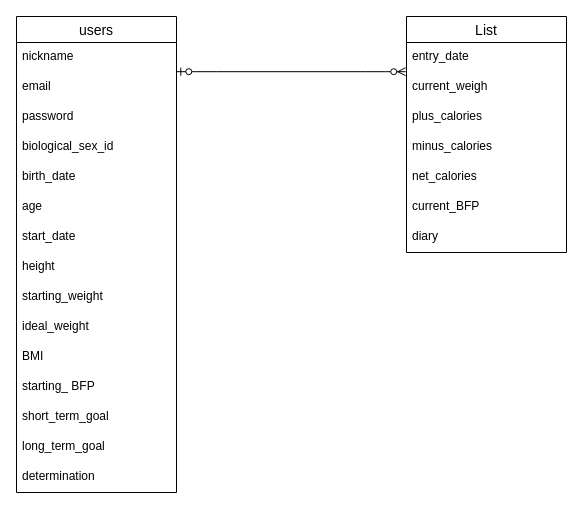
This is ER.dio from Shinnosuke1981/dietdiaries, a draw.io file, before an edit. Source tidied: cells renumbered, new cells numbered last; positions are measured from the earlier drawing's top-left corner, leaving out a move shared by most shapes. Both pictures are drawn from the tidied source at 100%, with x=0, y=0 at pixel (16, 16).
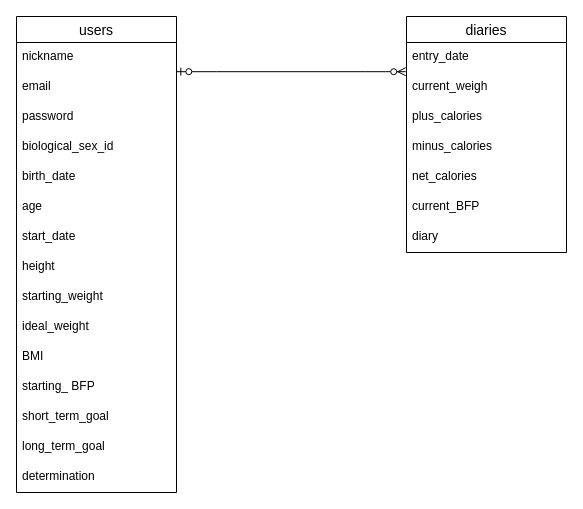
The same page after the edit.

Commit message:
デプロイ準備２

Change to the diagram source:
```diff
@@
-    <mxCell id="18" value="List" style="swimlane;fontStyle=0;horizontal=1;startSize=26;align=center;fontSize=14;" parent="1" vertex="1">
+    <mxCell id="18" value="diaries" style="swimlane;fontStyle=0;horizontal=1;startSize=26;align=center;fontSize=14;" parent="1" vertex="1">
       <mxGeometry x="390" width="160" height="236" as="geometry" />
     </mxCell>
```
